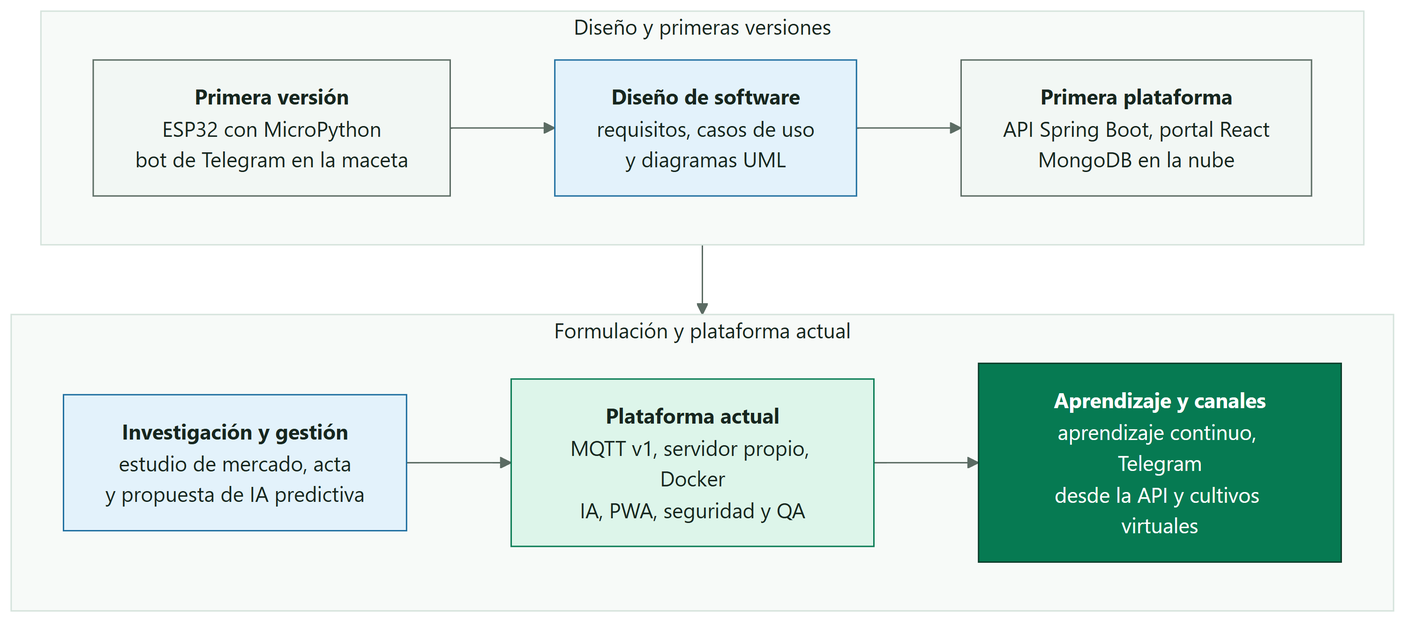
Above: docs/diagrams/SmartPot_17_Evolution.png in SmartPotTech/.github (Mermaid), before the change. Its source is kept beside it as docs/diagrams/SmartPot_17_Evolution.mmd.
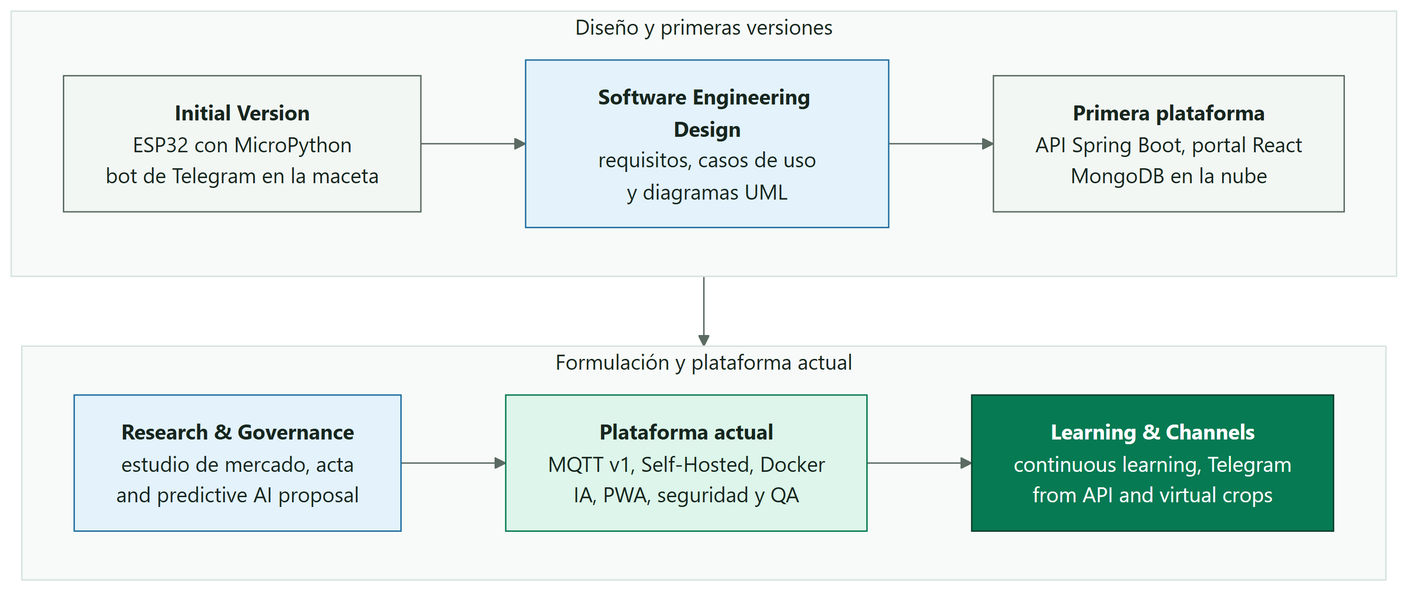
Later version of the same file.

Change to the diagram source:
```diff
@@ -2,13 +2,13 @@
 flowchart TB
   subgraph antes["Diseño y primeras versiones"]
     direction LR
-    f1["<b>Primera versión</b><br/>ESP32 con MicroPython<br/>bot de Telegram en la maceta"] --> f2["<b>Diseño de software</b><br/>requisitos, casos de uso<br/>y diagramas UML"]
+    f1["<b>Initial Version</b><br/>ESP32 con MicroPython<br/>bot de Telegram en la maceta"] --> f2["<b>Software Engineering Design</b><br/>requisitos, casos de uso<br/>y diagramas UML"]
     f2 --> f3["<b>Primera plataforma</b><br/>API Spring Boot, portal React<br/>MongoDB en la nube"]
   end
   subgraph despues["Formulación y plataforma actual"]
     direction LR
-    f4["<b>Investigación y gestión</b><br/>estudio de mercado, acta<br/>y propuesta de IA predictiva"] --> f5["<b>Plataforma actual</b><br/>MQTT v1, servidor propio, Docker<br/>IA, PWA, seguridad y QA"]
-    f5 --> f6["<b>Aprendizaje y canales</b><br/>aprendizaje continuo, Telegram<br/>desde la API y cultivos virtuales"]
+    f4["<b>Research & Governance</b><br/>estudio de mercado, acta<br/>and predictive AI proposal"] --> f5["<b>Plataforma actual</b><br/>MQTT v1, Self-Hosted, Docker<br/>IA, PWA, seguridad y QA"]
+    f5 --> f6["<b>Learning & Channels</b><br/>continuous learning, Telegram<br/>from API and virtual crops"]
   end
   antes --> despues
   classDef past fill:#F2F7F4,stroke:#5B6B63,color:#17261F
```
